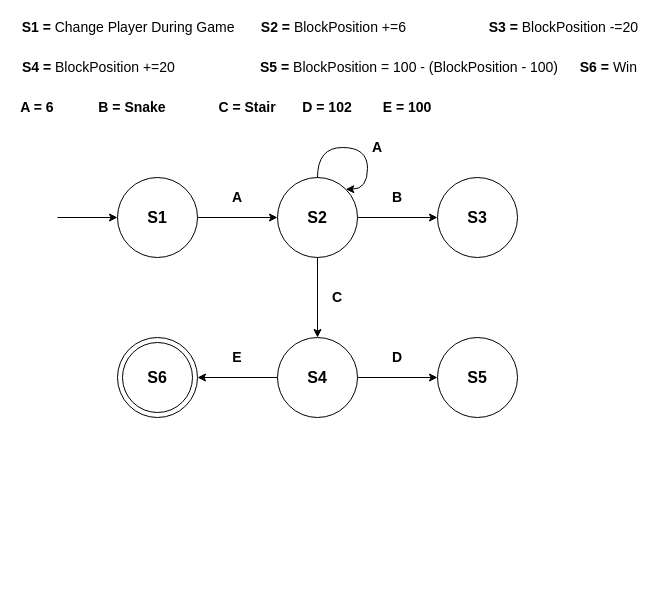
Earlier version of the draw.io diagram page "DFA" (5 of 6) of Assignment 2/SnakeLadder.drawio (zhafranzainal/algorithm-complexity). Source tidied: cells renumbered, new cells numbered last; positions are measured from the earlier drawing's top-left corner, leaving out a move shared by most shapes. Both pictures are drawn from the tidied source at 100%, with x=0, y=0 at pixel (17, 17).
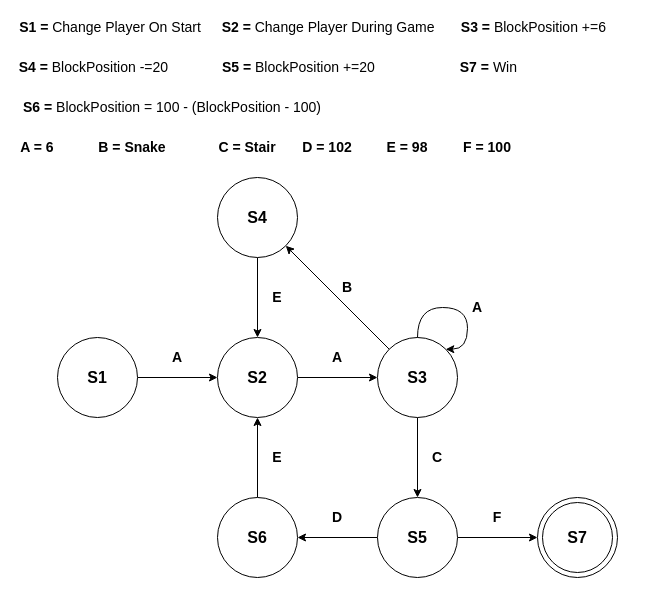
Above is the later version.

Unchanged cells that the change refers to:
```xml
<mxCell id="31" style="ellipse;whiteSpace=wrap;html=1;" parent="30" vertex="1">
  <mxGeometry width="80" height="80" as="geometry" />
</mxCell>
```

The edit, as a diff of the source:
```diff
@@
-    <mxCell id="2" style="edgeStyle=orthogonalEdgeStyle;rounded=0;jettySize=auto;html=1;exitX=0;exitY=0.5;exitDx=0;exitDy=0;startArrow=classic;startFill=1;endArrow=none;endFill=0;" parent="1" edge="1" source="4">
-      <mxGeometry relative="1" as="geometry">
-        <mxPoint x="40" y="200" as="targetPoint" />
-      </mxGeometry>
+    <mxCell id="2" style="edgeStyle=orthogonalEdgeStyle;rounded=0;jettySize=auto;html=1;exitX=0;exitY=0.5;exitDx=0;exitDy=0;startArrow=classic;startFill=1;endArrow=none;endFill=0;entryX=1;entryY=0.5;entryDx=0;entryDy=0;" parent="1" edge="1" source="4" target="37">
+      <mxGeometry relative="1" as="geometry" />
     </mxCell>
@@
-    <mxCell id="4" value="&lt;font style=&quot;font-size: 16px&quot;&gt;&lt;b&gt;S1&lt;/b&gt;&lt;/font&gt;" style="ellipse;whiteSpace=wrap;html=1;" parent="1" vertex="1">
-      <mxGeometry x="100" y="160" width="80" height="80" as="geometry" />
+    <mxCell id="4" value="&lt;font style=&quot;font-size: 16px&quot;&gt;&lt;b&gt;S2&lt;/b&gt;&lt;/font&gt;" style="ellipse;whiteSpace=wrap;html=1;" parent="1" vertex="1">
+      <mxGeometry x="200" y="320" width="80" height="80" as="geometry" />
     </mxCell>
+    <mxCell id="6" style="edgeStyle=none;rounded=0;jettySize=auto;html=1;exitX=0.5;exitY=1;exitDx=0;exitDy=0;entryX=0.5;entryY=0;entryDx=0;entryDy=0;fontSize=14;startArrow=none;startFill=0;" parent="1" edge="1" source="7" target="11">
+      <mxGeometry relative="1" as="geometry" />
+    </mxCell>
-    <mxCell id="5" style="rounded=0;jettySize=auto;html=1;exitX=1;exitY=0.5;exitDx=0;exitDy=0;entryX=0;entryY=0.5;entryDx=0;entryDy=0;fontSize=14;startArrow=none;startFill=0;" parent="1" edge="1" source="7" target="8">
+    <mxCell id="5" style="edgeStyle=none;rounded=0;jettySize=auto;html=1;exitX=0;exitY=0;exitDx=0;exitDy=0;entryX=1;entryY=1;entryDx=0;entryDy=0;fontSize=14;startArrow=none;startFill=0;" parent="1" edge="1" source="7" target="8">
       <mxGeometry relative="1" as="geometry" />
     </mxCell>
-    <mxCell id="6" style="edgeStyle=none;rounded=0;jettySize=auto;html=1;exitX=0.5;exitY=1;exitDx=0;exitDy=0;entryX=0.5;entryY=0;entryDx=0;entryDy=0;fontSize=14;startArrow=none;startFill=0;" parent="1" edge="1" source="7" target="11">
-      <mxGeometry relative="1" as="geometry" />
-    </mxCell>
-    <mxCell id="7" value="&lt;font style=&quot;font-size: 16px&quot;&gt;&lt;b&gt;S2&lt;/b&gt;&lt;/font&gt;" style="ellipse;whiteSpace=wrap;html=1;" parent="1" vertex="1">
-      <mxGeometry x="260" y="160" width="80" height="80" as="geometry" />
+    <mxCell id="7" value="&lt;font style=&quot;font-size: 16px&quot;&gt;&lt;b&gt;S3&lt;/b&gt;&lt;/font&gt;" style="ellipse;whiteSpace=wrap;html=1;" parent="1" vertex="1">
+      <mxGeometry x="360" y="320" width="80" height="80" as="geometry" />
     </mxCell>
+    <mxCell id="34" style="edgeStyle=none;rounded=0;jettySize=auto;html=1;exitX=0.5;exitY=1;exitDx=0;exitDy=0;entryX=0.5;entryY=0;entryDx=0;entryDy=0;fontSize=14;startArrow=none;startFill=0;" parent="1" edge="1" source="8" target="4">
+      <mxGeometry relative="1" as="geometry" />
+    </mxCell>
-    <mxCell id="8" value="&lt;b&gt;&lt;font style=&quot;font-size: 16px&quot;&gt;S3&lt;/font&gt;&lt;/b&gt;" style="ellipse;whiteSpace=wrap;html=1;" parent="1" vertex="1">
-      <mxGeometry x="420" y="160" width="80" height="80" as="geometry" />
+    <mxCell id="8" value="&lt;b&gt;&lt;font style=&quot;font-size: 16px&quot;&gt;S4&lt;/font&gt;&lt;/b&gt;" style="ellipse;whiteSpace=wrap;html=1;" parent="1" vertex="1">
+      <mxGeometry x="200" y="160" width="80" height="80" as="geometry" />
     </mxCell>
+    <mxCell id="10" style="edgeStyle=none;rounded=0;jettySize=auto;html=1;exitX=1;exitY=0.5;exitDx=0;exitDy=0;entryX=0;entryY=0.5;entryDx=0;entryDy=0;fontSize=14;startArrow=none;startFill=0;" parent="1" edge="1" source="11" target="31">
+      <mxGeometry relative="1" as="geometry" />
+    </mxCell>
-    <mxCell id="9" style="edgeStyle=none;rounded=0;jettySize=auto;html=1;exitX=1;exitY=0.5;exitDx=0;exitDy=0;entryX=0;entryY=0.5;entryDx=0;entryDy=0;fontSize=14;startArrow=none;startFill=0;" parent="1" edge="1" source="11" target="28">
+    <mxCell id="9" style="edgeStyle=none;rounded=0;jettySize=auto;html=1;exitX=0;exitY=0.5;exitDx=0;exitDy=0;entryX=1;entryY=0.5;entryDx=0;entryDy=0;fontSize=14;startArrow=none;startFill=0;" parent="1" edge="1" source="11" target="28">
       <mxGeometry relative="1" as="geometry" />
     </mxCell>
-    <mxCell id="10" style="edgeStyle=none;rounded=0;jettySize=auto;html=1;exitX=0;exitY=0.5;exitDx=0;exitDy=0;entryX=1;entryY=0.5;entryDx=0;entryDy=0;fontSize=14;startArrow=none;startFill=0;" parent="1" edge="1" source="11" target="31">
-      <mxGeometry relative="1" as="geometry" />
-    </mxCell>
-    <mxCell id="11" value="&lt;font style=&quot;font-size: 16px&quot;&gt;&lt;b&gt;S4&lt;/b&gt;&lt;/font&gt;" style="ellipse;whiteSpace=wrap;html=1;" parent="1" vertex="1">
-      <mxGeometry x="260" y="320" width="80" height="80" as="geometry" />
+    <mxCell id="11" value="&lt;font style=&quot;font-size: 16px&quot;&gt;&lt;b&gt;S5&lt;/b&gt;&lt;/font&gt;" style="ellipse;whiteSpace=wrap;html=1;" parent="1" vertex="1">
+      <mxGeometry x="360" y="480" width="80" height="80" as="geometry" />
     </mxCell>
-    <mxCell id="12" value="&lt;font style=&quot;font-size: 14px;&quot;&gt;&lt;b&gt;&lt;font style=&quot;font-size: 14px;&quot;&gt;S1 =&amp;nbsp;&lt;/font&gt;&lt;/b&gt;Change Player During Game&amp;nbsp;&lt;/font&gt;" style="text;html=1;strokeColor=none;fillColor=none;align=center;verticalAlign=middle;whiteSpace=wrap;rounded=0;" parent="1" vertex="1">
-      <mxGeometry width="226" height="20" as="geometry" />
+    <mxCell id="12" value="&lt;font style=&quot;font-size: 14px;&quot;&gt;&lt;b&gt;&lt;font style=&quot;font-size: 14px;&quot;&gt;S2 =&amp;nbsp;&lt;/font&gt;&lt;/b&gt;Change Player During Game&amp;nbsp;&lt;/font&gt;" style="text;html=1;strokeColor=none;fillColor=none;align=center;verticalAlign=middle;whiteSpace=wrap;rounded=0;" parent="1" vertex="1">
+      <mxGeometry x="200" width="226" height="20" as="geometry" />
     </mxCell>
     <mxCell id="13" value="&lt;b&gt;&lt;font style=&quot;font-size: 14px&quot;&gt;A = 6&lt;/font&gt;&lt;/b&gt;" style="text;html=1;strokeColor=none;fillColor=none;align=center;verticalAlign=middle;whiteSpace=wrap;rounded=0;" parent="1" vertex="1">
-      <mxGeometry y="80" width="40" height="20" as="geometry" />
+      <mxGeometry y="120" width="40" height="20" as="geometry" />
     </mxCell>
-    <mxCell id="14" value="&lt;font style=&quot;font-size: 14px;&quot;&gt;&lt;b&gt;S2 = &lt;/b&gt;BlockPosition +=6&amp;nbsp;&lt;/font&gt;&amp;nbsp;" style="text;html=1;strokeColor=none;fillColor=none;align=center;verticalAlign=middle;whiteSpace=wrap;rounded=0;" parent="1" vertex="1">
-      <mxGeometry x="240" width="160" height="20" as="geometry" />
+    <mxCell id="14" value="&lt;font style=&quot;font-size: 14px;&quot;&gt;&lt;b&gt;S3 = &lt;/b&gt;BlockPosition +=6&amp;nbsp;&lt;/font&gt;&amp;nbsp;" style="text;html=1;strokeColor=none;fillColor=none;align=center;verticalAlign=middle;whiteSpace=wrap;rounded=0;" parent="1" vertex="1">
+      <mxGeometry x="440" width="160" height="20" as="geometry" />
     </mxCell>
     <mxCell id="15" value="&lt;b&gt;&lt;font style=&quot;font-size: 14px&quot;&gt;B = Snake&lt;/font&gt;&lt;/b&gt;" style="text;html=1;strokeColor=none;fillColor=none;align=center;verticalAlign=middle;whiteSpace=wrap;rounded=0;" parent="1" vertex="1">
-      <mxGeometry x="80" y="80" width="70" height="20" as="geometry" />
+      <mxGeometry x="80" y="120" width="70" height="20" as="geometry" />
     </mxCell>
-    <mxCell id="16" value="&lt;font style=&quot;font-size: 14px;&quot;&gt;&lt;b&gt;S3 = &lt;/b&gt;BlockPosition -=20&amp;nbsp;&lt;/font&gt;&amp;nbsp;" style="text;html=1;strokeColor=none;fillColor=none;align=center;verticalAlign=middle;whiteSpace=wrap;rounded=0;" parent="1" vertex="1">
-      <mxGeometry x="470" width="160" height="20" as="geometry" />
+    <mxCell id="16" value="&lt;font style=&quot;font-size: 14px;&quot;&gt;&lt;b&gt;S4 = &lt;/b&gt;BlockPosition -=20&amp;nbsp;&lt;/font&gt;&amp;nbsp;" style="text;html=1;strokeColor=none;fillColor=none;align=center;verticalAlign=middle;whiteSpace=wrap;rounded=0;" parent="1" vertex="1">
+      <mxGeometry y="40" width="160" height="20" as="geometry" />
     </mxCell>
     <mxCell id="17" value="&lt;b&gt;&lt;font style=&quot;font-size: 14px&quot;&gt;C = Stair&lt;/font&gt;&lt;/b&gt;" style="text;html=1;strokeColor=none;fillColor=none;align=center;verticalAlign=middle;whiteSpace=wrap;rounded=0;" parent="1" vertex="1">
-      <mxGeometry x="200" y="80" width="60" height="20" as="geometry" />
+      <mxGeometry x="200" y="120" width="60" height="20" as="geometry" />
     </mxCell>
-    <mxCell id="18" value="&lt;font style=&quot;font-size: 14px;&quot;&gt;&lt;b&gt;S4 = &lt;/b&gt;BlockPosition +=20&amp;nbsp;&lt;/font&gt;&amp;nbsp;" style="text;html=1;strokeColor=none;fillColor=none;align=center;verticalAlign=middle;whiteSpace=wrap;rounded=0;" parent="1" vertex="1">
-      <mxGeometry y="40" width="170" height="20" as="geometry" />
+    <mxCell id="18" value="&lt;font style=&quot;font-size: 14px;&quot;&gt;&lt;b&gt;S5 = &lt;/b&gt;BlockPosition +=20&amp;nbsp;&lt;/font&gt;&amp;nbsp;" style="text;html=1;strokeColor=none;fillColor=none;align=center;verticalAlign=middle;whiteSpace=wrap;rounded=0;" parent="1" vertex="1">
+      <mxGeometry x="200" y="40" width="170" height="20" as="geometry" />
     </mxCell>
     <mxCell id="19" value="&lt;b&gt;&lt;font style=&quot;font-size: 14px&quot;&gt;D = 102&lt;/font&gt;&lt;/b&gt;" style="text;html=1;strokeColor=none;fillColor=none;align=center;verticalAlign=middle;whiteSpace=wrap;rounded=0;" parent="1" vertex="1">
-      <mxGeometry x="280" y="80" width="60" height="20" as="geometry" />
+      <mxGeometry x="280" y="120" width="60" height="20" as="geometry" />
     </mxCell>
-    <mxCell id="20" value="&lt;font style=&quot;font-size: 14px;&quot;&gt;&lt;font style=&quot;font-size: 14px;&quot;&gt;&lt;b style=&quot;&quot;&gt;S5 = &lt;/b&gt;BlockPosition =&amp;nbsp;&lt;/font&gt;100 - (BlockPosition - 100)&lt;/font&gt;" style="text;html=1;strokeColor=none;fillColor=none;align=center;verticalAlign=middle;whiteSpace=wrap;rounded=0;" parent="1" vertex="1">
-      <mxGeometry x="237" y="40" width="310" height="20" as="geometry" />
+    <mxCell id="20" value="&lt;font style=&quot;font-size: 14px;&quot;&gt;&lt;font style=&quot;font-size: 14px;&quot;&gt;&lt;b style=&quot;&quot;&gt;S6 = &lt;/b&gt;BlockPosition =&amp;nbsp;&lt;/font&gt;100 - (BlockPosition - 100)&lt;/font&gt;" style="text;html=1;strokeColor=none;fillColor=none;align=center;verticalAlign=middle;whiteSpace=wrap;rounded=0;" parent="1" vertex="1">
+      <mxGeometry y="80" width="310" height="20" as="geometry" />
     </mxCell>
-    <mxCell id="21" value="&lt;b&gt;&lt;font style=&quot;font-size: 14px&quot;&gt;E = 100&lt;/font&gt;&lt;/b&gt;" style="text;html=1;strokeColor=none;fillColor=none;align=center;verticalAlign=middle;whiteSpace=wrap;rounded=0;" parent="1" vertex="1">
-      <mxGeometry x="360" y="80" width="60" height="20" as="geometry" />
+    <mxCell id="21" value="&lt;b&gt;&lt;font style=&quot;font-size: 14px&quot;&gt;E = 98&lt;/font&gt;&lt;/b&gt;" style="text;html=1;strokeColor=none;fillColor=none;align=center;verticalAlign=middle;whiteSpace=wrap;rounded=0;" parent="1" vertex="1">
+      <mxGeometry x="360" y="120" width="60" height="20" as="geometry" />
     </mxCell>
-    <mxCell id="22" value="&lt;font style=&quot;font-size: 14px;&quot;&gt;&lt;b&gt;S6 = &lt;/b&gt;Win&amp;nbsp;&lt;/font&gt;&amp;nbsp;" style="text;html=1;strokeColor=none;fillColor=none;align=center;verticalAlign=middle;whiteSpace=wrap;rounded=0;" parent="1" vertex="1">
-      <mxGeometry x="560" y="40" width="70" height="20" as="geometry" />
+    <mxCell id="22" value="&lt;font style=&quot;font-size: 14px;&quot;&gt;&lt;b&gt;S7 = &lt;/b&gt;Win&amp;nbsp;&lt;/font&gt;&amp;nbsp;" style="text;html=1;strokeColor=none;fillColor=none;align=center;verticalAlign=middle;whiteSpace=wrap;rounded=0;" parent="1" vertex="1">
+      <mxGeometry x="440" y="40" width="70" height="20" as="geometry" />
     </mxCell>
     <mxCell id="23" style="edgeStyle=orthogonalEdgeStyle;rounded=0;orthogonalLoop=1;jettySize=auto;html=1;exitX=0.5;exitY=0;exitDx=0;exitDy=0;entryX=1;entryY=0;entryDx=0;entryDy=0;fontSize=14;curved=1;" parent="1" edge="1" source="7" target="7">
       <mxGeometry relative="1" as="geometry">
         <Array as="points">
-          <mxPoint x="300" y="130" />
-          <mxPoint x="350" y="130" />
-          <mxPoint x="350" y="172" />
+          <mxPoint x="400" y="290" />
+          <mxPoint x="450" y="290" />
+          <mxPoint x="450" y="332" />
         </Array>
       </mxGeometry>
     </mxCell>
     <mxCell id="24" value="&lt;b&gt;&lt;font style=&quot;font-size: 14px&quot;&gt;A&lt;/font&gt;&lt;/b&gt;" style="text;html=1;strokeColor=none;fillColor=none;align=center;verticalAlign=middle;whiteSpace=wrap;rounded=0;" parent="1" vertex="1">
-      <mxGeometry x="350" y="120" width="20" height="20" as="geometry" />
+      <mxGeometry x="450" y="280" width="20" height="20" as="geometry" />
     </mxCell>
     <mxCell id="25" value="&lt;b&gt;&lt;font style=&quot;font-size: 14px&quot;&gt;A&lt;/font&gt;&lt;/b&gt;" style="text;html=1;strokeColor=none;fillColor=none;align=center;verticalAlign=middle;whiteSpace=wrap;rounded=0;" parent="1" vertex="1">
-      <mxGeometry x="210" y="170" width="20" height="20" as="geometry" />
+      <mxGeometry x="310" y="330" width="20" height="20" as="geometry" />
     </mxCell>
     <mxCell id="26" value="&lt;b&gt;&lt;font style=&quot;font-size: 14px&quot;&gt;B&lt;/font&gt;&lt;/b&gt;" style="text;html=1;strokeColor=none;fillColor=none;align=center;verticalAlign=middle;whiteSpace=wrap;rounded=0;" parent="1" vertex="1">
-      <mxGeometry x="370" y="170" width="20" height="20" as="geometry" />
+      <mxGeometry x="320" y="260" width="20" height="20" as="geometry" />
     </mxCell>
     <mxCell id="27" value="&lt;b&gt;&lt;font style=&quot;font-size: 14px&quot;&gt;C&lt;/font&gt;&lt;/b&gt;" style="text;html=1;strokeColor=none;fillColor=none;align=center;verticalAlign=middle;whiteSpace=wrap;rounded=0;" parent="1" vertex="1">
-      <mxGeometry x="310" y="270" width="20" height="20" as="geometry" />
+      <mxGeometry x="410" y="430" width="20" height="20" as="geometry" />
     </mxCell>
+    <mxCell id="35" style="edgeStyle=none;rounded=0;jettySize=auto;html=1;exitX=0.5;exitY=0;exitDx=0;exitDy=0;entryX=0.5;entryY=1;entryDx=0;entryDy=0;fontSize=14;startArrow=none;startFill=0;" parent="1" edge="1" source="28" target="4">
+      <mxGeometry relative="1" as="geometry" />
+    </mxCell>
-    <mxCell id="28" value="&lt;font style=&quot;font-size: 16px&quot;&gt;&lt;b&gt;S5&lt;/b&gt;&lt;/font&gt;" style="ellipse;whiteSpace=wrap;html=1;" parent="1" vertex="1">
-      <mxGeometry x="420" y="320" width="80" height="80" as="geometry" />
+    <mxCell id="28" value="&lt;font style=&quot;font-size: 16px&quot;&gt;&lt;b&gt;S6&lt;/b&gt;&lt;/font&gt;" style="ellipse;whiteSpace=wrap;html=1;" parent="1" vertex="1">
+      <mxGeometry x="200" y="480" width="80" height="80" as="geometry" />
     </mxCell>
     <mxCell id="29" value="&lt;span style=&quot;font-size: 14px;&quot;&gt;&lt;b&gt;D&lt;/b&gt;&lt;/span&gt;" style="text;html=1;strokeColor=none;fillColor=none;align=center;verticalAlign=middle;whiteSpace=wrap;rounded=0;" parent="1" vertex="1">
-      <mxGeometry x="370" y="330" width="20" height="20" as="geometry" />
+      <mxGeometry x="310" y="490" width="20" height="20" as="geometry" />
     </mxCell>
     <mxCell id="30" style="group;" parent="1" vertex="1">
-      <mxGeometry x="100" y="320" width="80" height="80" as="geometry" />
+      <mxGeometry x="520" y="480" width="80" height="80" as="geometry" />
     </mxCell>
@@
-    <mxCell id="32" value="&lt;font style=&quot;font-size: 16px&quot;&gt;&lt;b&gt;S6&lt;/b&gt;&lt;/font&gt;" style="ellipse;whiteSpace=wrap;html=1;" parent="30" vertex="1">
+    <mxCell id="32" value="&lt;font style=&quot;font-size: 16px&quot;&gt;&lt;b&gt;S7&lt;/b&gt;&lt;/font&gt;" style="ellipse;whiteSpace=wrap;html=1;" parent="30" vertex="1">
       <mxGeometry x="5" y="5" width="70" height="70" as="geometry" />
     </mxCell>
-    <mxCell id="33" value="&lt;span style=&quot;font-size: 14px;&quot;&gt;&lt;b&gt;E&lt;/b&gt;&lt;/span&gt;" style="text;html=1;strokeColor=none;fillColor=none;align=center;verticalAlign=middle;whiteSpace=wrap;rounded=0;" parent="1" vertex="1">
-      <mxGeometry x="210" y="330" width="20" height="20" as="geometry" />
+    <mxCell id="33" value="&lt;span style=&quot;font-size: 14px;&quot;&gt;&lt;b&gt;F&lt;/b&gt;&lt;/span&gt;" style="text;html=1;strokeColor=none;fillColor=none;align=center;verticalAlign=middle;whiteSpace=wrap;rounded=0;" parent="1" vertex="1">
+      <mxGeometry x="470" y="490" width="20" height="20" as="geometry" />
     </mxCell>
+    <mxCell id="36" value="&lt;font style=&quot;font-size: 14px;&quot;&gt;&lt;b&gt;&lt;font style=&quot;font-size: 14px;&quot;&gt;S1 =&amp;nbsp;&lt;/font&gt;&lt;/b&gt;Change Player On Start&lt;/font&gt;" style="text;html=1;strokeColor=none;fillColor=none;align=center;verticalAlign=middle;whiteSpace=wrap;rounded=0;" parent="1" vertex="1">
+      <mxGeometry width="186" height="20" as="geometry" />
+    </mxCell>
+    <mxCell id="37" value="&lt;font style=&quot;font-size: 16px&quot;&gt;&lt;b&gt;S1&lt;/b&gt;&lt;/font&gt;" style="ellipse;whiteSpace=wrap;html=1;" parent="1" vertex="1">
+      <mxGeometry x="40" y="320" width="80" height="80" as="geometry" />
+    </mxCell>
+    <mxCell id="38" value="&lt;b&gt;&lt;font style=&quot;font-size: 14px&quot;&gt;A&lt;/font&gt;&lt;/b&gt;" style="text;html=1;strokeColor=none;fillColor=none;align=center;verticalAlign=middle;whiteSpace=wrap;rounded=0;" parent="1" vertex="1">
+      <mxGeometry x="150" y="330" width="20" height="20" as="geometry" />
+    </mxCell>
+    <mxCell id="39" value="&lt;b&gt;&lt;font style=&quot;font-size: 14px&quot;&gt;F = 100&lt;/font&gt;&lt;/b&gt;" style="text;html=1;strokeColor=none;fillColor=none;align=center;verticalAlign=middle;whiteSpace=wrap;rounded=0;" parent="1" vertex="1">
+      <mxGeometry x="440" y="120" width="60" height="20" as="geometry" />
+    </mxCell>
+    <mxCell id="40" value="&lt;span style=&quot;font-size: 14px;&quot;&gt;&lt;b&gt;E&lt;/b&gt;&lt;/span&gt;" style="text;html=1;strokeColor=none;fillColor=none;align=center;verticalAlign=middle;whiteSpace=wrap;rounded=0;" parent="1" vertex="1">
+      <mxGeometry x="250" y="430" width="20" height="20" as="geometry" />
+    </mxCell>
+    <mxCell id="41" value="&lt;span style=&quot;font-size: 14px;&quot;&gt;&lt;b&gt;E&lt;/b&gt;&lt;/span&gt;" style="text;html=1;strokeColor=none;fillColor=none;align=center;verticalAlign=middle;whiteSpace=wrap;rounded=0;" parent="1" vertex="1">
+      <mxGeometry x="250" y="270" width="20" height="20" as="geometry" />
+    </mxCell>
```
